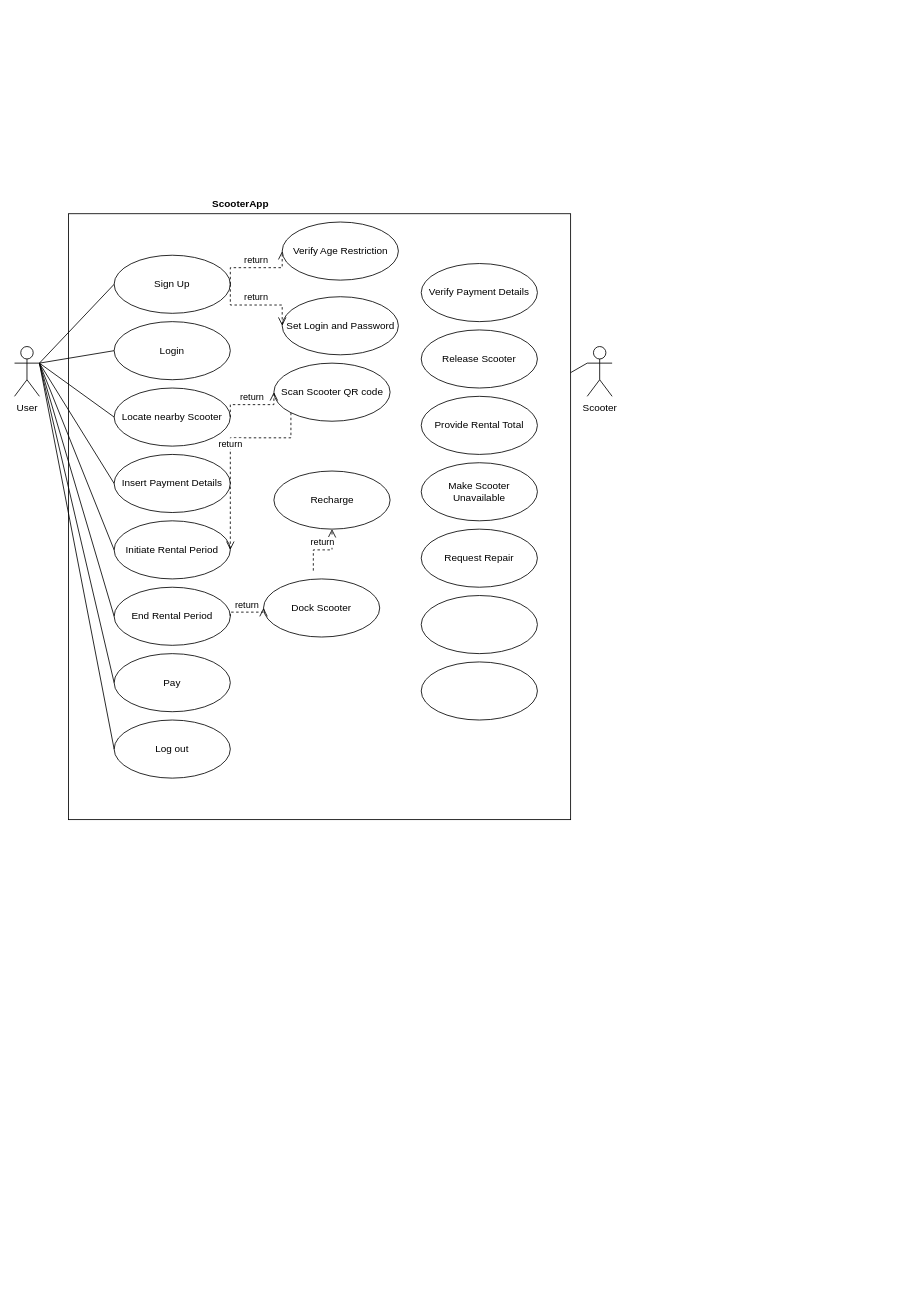
Before: Untitled Diagram.drawio in rodrigosollberger/scooter-project, a draw.io diagram. Source tidied: cells renumbered, new cells numbered last; positions are measured from the earlier drawing's top-left corner, leaving out a move shared by most shapes. Both pictures are drawn from the tidied source at 83%, with x=0, y=0 at pixel (14, 192).
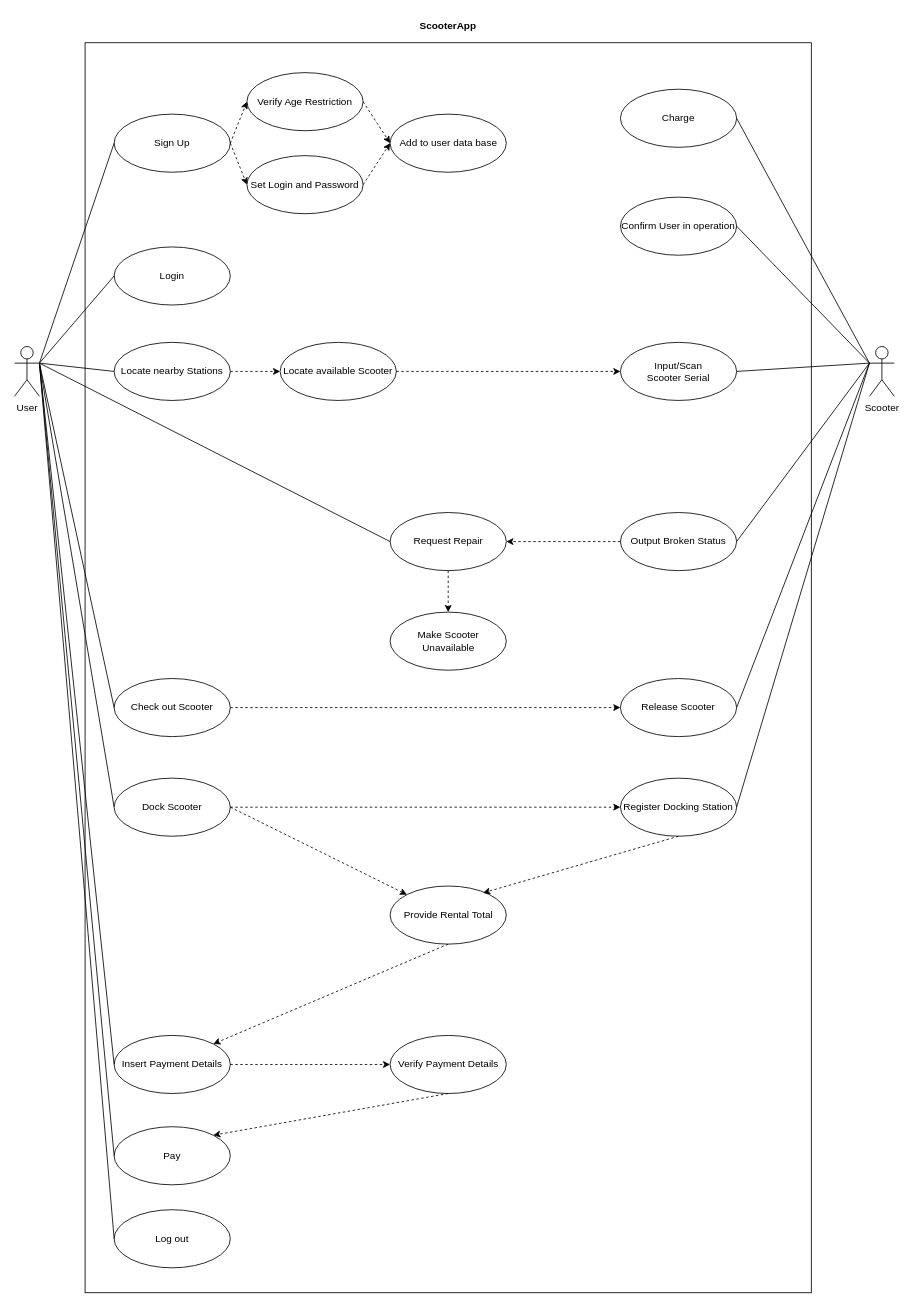
The same page after the edit.

What changed in the source:
```diff
@@
     <mxCell id="3" value="Scooter" style="shape=umlActor;verticalLabelPosition=bottom;verticalAlign=top;html=1;" parent="1" vertex="1">
-      <mxGeometry x="690" y="186" width="30" height="60" as="geometry" />
+      <mxGeometry x="1030" y="186" width="30" height="60" as="geometry" />
     </mxCell>
     <mxCell id="4" style="whiteSpace=wrap;html=1;verticalAlign=top;" parent="1" vertex="1">
-      <mxGeometry x="65" y="26" width="605" height="730" as="geometry" />
+      <mxGeometry x="85" y="-180" width="875" height="1506" as="geometry" />
     </mxCell>
     <mxCell id="5" value="ScooterApp" style="text;align=center;fontStyle=1;verticalAlign=middle;spacingLeft=3;spacingRight=3;strokeColor=none;" parent="1" vertex="1">
-      <mxGeometry x="232.5" width="80" height="26" as="geometry" />
+      <mxGeometry x="482.5" y="-214" width="80" height="26" as="geometry" />
     </mxCell>
     <mxCell id="6" value="Sign Up" style="ellipse;whiteSpace=wrap;html=1;" parent="1" vertex="1">
-      <mxGeometry x="120" y="76" width="140" height="70" as="geometry" />
+      <mxGeometry x="120" y="-94" width="140" height="70" as="geometry" />
     </mxCell>
     <mxCell id="7" value="Login" style="ellipse;whiteSpace=wrap;html=1;" parent="1" vertex="1">
-      <mxGeometry x="120" y="156" width="140" height="70" as="geometry" />
+      <mxGeometry x="120" y="66" width="140" height="70" as="geometry" />
     </mxCell>
     <mxCell id="8" value="Insert Payment Details" style="ellipse;whiteSpace=wrap;html=1;" parent="1" vertex="1">
-      <mxGeometry x="120" y="316" width="140" height="70" as="geometry" />
+      <mxGeometry x="120" y="1016" width="140" height="70" as="geometry" />
     </mxCell>
-    <mxCell id="9" value="Locate nearby Scooter" style="ellipse;whiteSpace=wrap;html=1;" parent="1" vertex="1">
-      <mxGeometry x="120" y="236" width="140" height="70" as="geometry" />
+    <mxCell id="9" value="Locate nearby Stations" style="ellipse;whiteSpace=wrap;html=1;" parent="1" vertex="1">
+      <mxGeometry x="120" y="181" width="140" height="70" as="geometry" />
     </mxCell>
-    <mxCell id="10" value="Scan Scooter QR code" style="ellipse;whiteSpace=wrap;html=1;" parent="1" vertex="1">
-      <mxGeometry x="312.5" y="206" width="140" height="70" as="geometry" />
+    <mxCell id="10" value="Locate available Scooter" style="ellipse;whiteSpace=wrap;html=1;" parent="1" vertex="1">
+      <mxGeometry x="320" y="181" width="140" height="70" as="geometry" />
     </mxCell>
     <mxCell id="11" value="Pay" style="ellipse;whiteSpace=wrap;html=1;" parent="1" vertex="1">
-      <mxGeometry x="120" y="556" width="140" height="70" as="geometry" />
+      <mxGeometry x="120" y="1126" width="140" height="70" as="geometry" />
     </mxCell>
-    <mxCell id="12" value="End Rental Period" style="ellipse;whiteSpace=wrap;html=1;" parent="1" vertex="1">
-      <mxGeometry x="120" y="476" width="140" height="70" as="geometry" />
-    </mxCell>
-    <mxCell id="13" value="Initiate Rental Period" style="ellipse;whiteSpace=wrap;html=1;" parent="1" vertex="1">
-      <mxGeometry x="120" y="396" width="140" height="70" as="geometry" />
+    <mxCell id="13" value="Check out Scooter" style="ellipse;whiteSpace=wrap;html=1;" parent="1" vertex="1">
+      <mxGeometry x="120" y="586" width="140" height="70" as="geometry" />
     </mxCell>
-    <mxCell id="14" value="return" style="html=1;verticalAlign=bottom;endArrow=open;dashed=1;endSize=8;edgeStyle=elbowEdgeStyle;elbow=vertical;curved=0;rounded=0;exitX=1;exitY=0.5;exitDx=0;exitDy=0;entryX=0;entryY=0.5;entryDx=0;entryDy=0;" parent="1" edge="1" source="6" target="34">
-      <mxGeometry relative="1" as="geometry" />
-    </mxCell>
@@
-    <mxCell id="20" style="endArrow=none;html=1;rounded=0;entryX=0;entryY=0.5;entryDx=0;entryDy=0;" parent="1" edge="1" target="12">
+    <mxCell id="20" style="endArrow=none;html=1;rounded=0;entryX=0;entryY=0.5;entryDx=0;entryDy=0;" parent="1" edge="1" target="30">
       <mxGeometry relative="1" as="geometry">
         <mxPoint x="30" y="206" as="sourcePoint" />
       </mxGeometry>
     </mxCell>
@@
-    <mxCell id="22" style="endArrow=none;html=1;rounded=0;entryX=0;entryY=0.3333333333333333;entryDx=0;entryDy=0;entryPerimeter=0;" parent="1" edge="1" source="4" target="3">
+    <mxCell id="22" style="endArrow=none;html=1;rounded=0;entryX=0;entryY=0.3333333333333333;entryDx=0;entryDy=0;entryPerimeter=0;exitX=1;exitY=0.5;exitDx=0;exitDy=0;" parent="1" edge="1" source="42" target="3">
       <mxGeometry relative="1" as="geometry" />
     </mxCell>
     <mxCell id="23" value="Verify Payment Details" style="ellipse;whiteSpace=wrap;html=1;" parent="1" vertex="1">
-      <mxGeometry x="490" y="86" width="140" height="70" as="geometry" />
+      <mxGeometry x="452.5" y="1016" width="140" height="70" as="geometry" />
     </mxCell>
     <mxCell id="24" value="Release Scooter" style="ellipse;whiteSpace=wrap;html=1;" parent="1" vertex="1">
-      <mxGeometry x="490" y="166" width="140" height="70" as="geometry" />
+      <mxGeometry x="730" y="586" width="140" height="70" as="geometry" />
     </mxCell>
     <mxCell id="25" value="Make Scooter Unavailable" style="ellipse;whiteSpace=wrap;html=1;" parent="1" vertex="1">
-      <mxGeometry x="490" y="326" width="140" height="70" as="geometry" />
+      <mxGeometry x="452.5" y="506" width="140" height="70" as="geometry" />
     </mxCell>
     <mxCell id="26" value="Provide Rental Total" style="ellipse;whiteSpace=wrap;html=1;" parent="1" vertex="1">
-      <mxGeometry x="490" y="246" width="140" height="70" as="geometry" />
+      <mxGeometry x="452.5" y="836" width="140" height="70" as="geometry" />
     </mxCell>
     <mxCell id="27" value="Request Repair" style="ellipse;whiteSpace=wrap;html=1;" parent="1" vertex="1">
-      <mxGeometry x="490" y="406" width="140" height="70" as="geometry" />
+      <mxGeometry x="452.5" y="386" width="140" height="70" as="geometry" />
     </mxCell>
-    <mxCell id="28" style="ellipse;whiteSpace=wrap;html=1;" parent="1" vertex="1">
-      <mxGeometry x="490" y="566" width="140" height="70" as="geometry" />
-    </mxCell>
-    <mxCell id="29" style="ellipse;whiteSpace=wrap;html=1;" parent="1" vertex="1">
-      <mxGeometry x="490" y="486" width="140" height="70" as="geometry" />
+    <mxCell id="29" value="Output Broken Status" style="ellipse;whiteSpace=wrap;html=1;" parent="1" vertex="1">
+      <mxGeometry x="730" y="386" width="140" height="70" as="geometry" />
     </mxCell>
     <mxCell id="30" value="Dock Scooter" style="ellipse;whiteSpace=wrap;html=1;" parent="1" vertex="1">
-      <mxGeometry x="300" y="466" width="140" height="70" as="geometry" />
+      <mxGeometry x="120" y="706" width="140" height="70" as="geometry" />
     </mxCell>
-    <mxCell id="31" value="return" style="html=1;verticalAlign=bottom;endArrow=open;dashed=1;endSize=8;edgeStyle=elbowEdgeStyle;elbow=vertical;curved=0;rounded=0;exitX=1;exitY=0.5;exitDx=0;exitDy=0;entryX=0;entryY=0.5;entryDx=0;entryDy=0;" parent="1" edge="1" source="12" target="30">
-      <mxGeometry relative="1" as="geometry" />
-    </mxCell>
-    <mxCell id="32" value="Recharge" style="ellipse;whiteSpace=wrap;html=1;" parent="1" vertex="1">
-      <mxGeometry x="312.5" y="336" width="140" height="70" as="geometry" />
+    <mxCell id="32" value="Charge" style="ellipse;whiteSpace=wrap;html=1;" parent="1" vertex="1">
+      <mxGeometry x="730" y="-124" width="140" height="70" as="geometry" />
     </mxCell>
-    <mxCell id="33" value="return" style="html=1;verticalAlign=bottom;endArrow=open;dashed=1;endSize=8;edgeStyle=elbowEdgeStyle;elbow=vertical;curved=0;rounded=0;entryX=0.5;entryY=1;entryDx=0;entryDy=0;" parent="1" edge="1" target="32">
-      <mxGeometry relative="1" as="geometry">
-        <mxPoint x="360" y="456" as="sourcePoint" />
-      </mxGeometry>
-    </mxCell>
     <mxCell id="34" value="Verify Age Restriction" style="ellipse;whiteSpace=wrap;html=1;" parent="1" vertex="1">
-      <mxGeometry x="322.5" y="36" width="140" height="70" as="geometry" />
+      <mxGeometry x="280" y="-144" width="140" height="70" as="geometry" />
     </mxCell>
     <mxCell id="35" value="Set Login and Password" style="ellipse;whiteSpace=wrap;html=1;" parent="1" vertex="1">
-      <mxGeometry x="322.5" y="126" width="140" height="70" as="geometry" />
+      <mxGeometry x="280" y="-44" width="140" height="70" as="geometry" />
     </mxCell>
-    <mxCell id="36" value="return" style="html=1;verticalAlign=bottom;endArrow=open;dashed=1;endSize=8;edgeStyle=elbowEdgeStyle;elbow=vertical;curved=0;rounded=0;exitX=1;exitY=0.5;exitDx=0;exitDy=0;entryX=0;entryY=0.5;entryDx=0;entryDy=0;" parent="1" edge="1" source="6" target="35">
-      <mxGeometry relative="1" as="geometry" />
-    </mxCell>
-    <mxCell id="37" value="return" style="html=1;verticalAlign=bottom;endArrow=open;dashed=1;endSize=8;edgeStyle=elbowEdgeStyle;elbow=vertical;curved=0;rounded=0;exitX=1;exitY=0.5;exitDx=0;exitDy=0;entryX=0;entryY=0.5;entryDx=0;entryDy=0;" parent="1" edge="1" source="9" target="10">
-      <mxGeometry relative="1" as="geometry" />
-    </mxCell>
-    <mxCell id="38" value="return" style="html=1;verticalAlign=bottom;endArrow=open;dashed=1;endSize=8;edgeStyle=elbowEdgeStyle;elbow=vertical;curved=0;rounded=0;entryX=1;entryY=0.5;entryDx=0;entryDy=0;exitX=0;exitY=1;exitDx=0;exitDy=0;" parent="1" edge="1" source="10" target="13">
-      <mxGeometry relative="1" as="geometry">
-        <Array as="points">
-          <mxPoint x="300" y="296" />
-        </Array>
-      </mxGeometry>
-    </mxCell>
     <mxCell id="39" value="Log out" style="ellipse;whiteSpace=wrap;html=1;" parent="1" vertex="1">
-      <mxGeometry x="120" y="636" width="140" height="70" as="geometry" />
+      <mxGeometry x="120" y="1226" width="140" height="70" as="geometry" />
     </mxCell>
@@
+    <mxCell id="41" value="Add to user data base" style="ellipse;whiteSpace=wrap;html=1;" parent="1" vertex="1">
+      <mxGeometry x="452.5" y="-94" width="140" height="70" as="geometry" />
+    </mxCell>
+    <mxCell id="42" value="Input/Scan &lt;br&gt;Scooter Serial" style="ellipse;whiteSpace=wrap;html=1;" parent="1" vertex="1">
+      <mxGeometry x="730" y="181" width="140" height="70" as="geometry" />
+    </mxCell>
+    <mxCell id="43" style="endArrow=none;html=1;rounded=0;entryX=0;entryY=0.3333333333333333;entryDx=0;entryDy=0;entryPerimeter=0;exitX=1;exitY=0.5;exitDx=0;exitDy=0;" parent="1" edge="1" source="24" target="3">
+      <mxGeometry relative="1" as="geometry" />
+    </mxCell>
+    <mxCell id="44" style="endArrow=none;html=1;rounded=0;exitX=1;exitY=0.5;exitDx=0;exitDy=0;entryX=0;entryY=0.3333333333333333;entryDx=0;entryDy=0;entryPerimeter=0;" parent="1" edge="1" source="29" target="3">
+      <mxGeometry relative="1" as="geometry" />
+    </mxCell>
+    <mxCell id="45" value="Register Docking Station" style="ellipse;whiteSpace=wrap;html=1;" parent="1" vertex="1">
+      <mxGeometry x="730" y="706" width="140" height="70" as="geometry" />
+    </mxCell>
+    <mxCell id="46" style="endArrow=none;html=1;rounded=0;entryX=0;entryY=0.3333333333333333;entryDx=0;entryDy=0;entryPerimeter=0;exitX=1;exitY=0.5;exitDx=0;exitDy=0;" parent="1" edge="1" source="45" target="3">
+      <mxGeometry relative="1" as="geometry" />
+    </mxCell>
+    <mxCell id="47" value="Confirm User in operation" style="ellipse;whiteSpace=wrap;html=1;" parent="1" vertex="1">
+      <mxGeometry x="730" y="6" width="140" height="70" as="geometry" />
+    </mxCell>
+    <mxCell id="48" style="endArrow=none;html=1;rounded=0;entryX=0;entryY=0.3333333333333333;entryDx=0;entryDy=0;entryPerimeter=0;exitX=1;exitY=0.5;exitDx=0;exitDy=0;" parent="1" edge="1" source="47" target="3">
+      <mxGeometry relative="1" as="geometry" />
+    </mxCell>
+    <mxCell id="49" style="endArrow=none;html=1;rounded=0;entryX=0;entryY=0.5;entryDx=0;entryDy=0;" parent="1" edge="1" target="27">
+      <mxGeometry relative="1" as="geometry">
+        <mxPoint x="30" y="206" as="sourcePoint" />
+      </mxGeometry>
+    </mxCell>
+    <mxCell id="50" style="endArrow=none;html=1;rounded=0;exitX=1;exitY=0.5;exitDx=0;exitDy=0;entryX=0;entryY=0.3333333333333333;entryDx=0;entryDy=0;entryPerimeter=0;" parent="1" edge="1" source="32" target="3">
+      <mxGeometry relative="1" as="geometry" />
+    </mxCell>
+    <mxCell id="51" style="endArrow=classic;html=1;rounded=0;exitX=1;exitY=0.5;exitDx=0;exitDy=0;entryX=0;entryY=0.5;entryDx=0;entryDy=0;dashed=1;" parent="1" edge="1" source="30" target="45">
+      <mxGeometry relative="1" as="geometry" />
+    </mxCell>
+    <mxCell id="52" style="endArrow=classic;html=1;rounded=0;exitX=1;exitY=0.5;exitDx=0;exitDy=0;entryX=0;entryY=0.5;entryDx=0;entryDy=0;dashed=1;" parent="1" edge="1" source="13" target="24">
+      <mxGeometry relative="1" as="geometry" />
+    </mxCell>
+    <mxCell id="53" style="endArrow=classic;html=1;rounded=0;exitX=1;exitY=0.5;exitDx=0;exitDy=0;entryX=0;entryY=0.5;entryDx=0;entryDy=0;dashed=1;" parent="1" edge="1" source="34" target="41">
+      <mxGeometry relative="1" as="geometry" />
+    </mxCell>
+    <mxCell id="14" style="endArrow=classic;html=1;rounded=0;entryX=0;entryY=0.5;entryDx=0;entryDy=0;dashed=1;exitX=1;exitY=0.5;exitDx=0;exitDy=0;" parent="1" edge="1" source="6" target="34">
+      <mxGeometry relative="1" as="geometry" />
+    </mxCell>
+    <mxCell id="36" style="endArrow=classic;html=1;rounded=0;entryX=0;entryY=0.5;entryDx=0;entryDy=0;dashed=1;exitX=1;exitY=0.5;exitDx=0;exitDy=0;" parent="1" edge="1" source="6" target="35">
+      <mxGeometry relative="1" as="geometry" />
+    </mxCell>
+    <mxCell id="54" style="endArrow=classic;html=1;rounded=0;entryX=0;entryY=0.5;entryDx=0;entryDy=0;dashed=1;exitX=1;exitY=0.5;exitDx=0;exitDy=0;" parent="1" edge="1" source="35" target="41">
+      <mxGeometry relative="1" as="geometry" />
+    </mxCell>
+    <mxCell id="55" style="endArrow=classic;html=1;rounded=0;entryX=0;entryY=0.5;entryDx=0;entryDy=0;dashed=1;exitX=1;exitY=0.5;exitDx=0;exitDy=0;" parent="1" edge="1" source="10" target="42">
+      <mxGeometry relative="1" as="geometry" />
+    </mxCell>
+    <mxCell id="37" style="endArrow=classic;html=1;rounded=0;dashed=1;exitX=1;exitY=0.5;exitDx=0;exitDy=0;" parent="1" edge="1" source="9" target="10">
+      <mxGeometry relative="1" as="geometry" />
+    </mxCell>
+    <mxCell id="56" style="endArrow=classic;html=1;rounded=0;exitX=0;exitY=0.5;exitDx=0;exitDy=0;entryX=1;entryY=0.5;entryDx=0;entryDy=0;dashed=1;" parent="1" edge="1" source="29" target="27">
+      <mxGeometry relative="1" as="geometry" />
+    </mxCell>
+    <mxCell id="57" style="endArrow=classic;html=1;rounded=0;exitX=0.5;exitY=1;exitDx=0;exitDy=0;entryX=0.5;entryY=0;entryDx=0;entryDy=0;dashed=1;" parent="1" edge="1" source="27" target="25">
+      <mxGeometry relative="1" as="geometry" />
+    </mxCell>
+    <mxCell id="58" style="endArrow=classic;html=1;rounded=0;exitX=1;exitY=0.5;exitDx=0;exitDy=0;dashed=1;" parent="1" edge="1" source="30" target="26">
+      <mxGeometry relative="1" as="geometry" />
+    </mxCell>
+    <mxCell id="59" style="endArrow=classic;html=1;rounded=0;exitX=0.5;exitY=1;exitDx=0;exitDy=0;dashed=1;entryX=0.8;entryY=0.118;entryDx=0;entryDy=0;entryPerimeter=0;" parent="1" edge="1" source="45" target="26">
+      <mxGeometry relative="1" as="geometry" />
+    </mxCell>
+    <mxCell id="60" style="endArrow=classic;html=1;rounded=0;exitX=1;exitY=0.5;exitDx=0;exitDy=0;dashed=1;entryX=0;entryY=0.5;entryDx=0;entryDy=0;" parent="1" edge="1" source="8" target="23">
+      <mxGeometry relative="1" as="geometry" />
+    </mxCell>
+    <mxCell id="61" style="endArrow=classic;html=1;rounded=0;exitX=0.5;exitY=1;exitDx=0;exitDy=0;dashed=1;entryX=1;entryY=0;entryDx=0;entryDy=0;" parent="1" edge="1" source="26" target="8">
+      <mxGeometry relative="1" as="geometry" />
+    </mxCell>
+    <mxCell id="62" style="endArrow=classic;html=1;rounded=0;exitX=0.5;exitY=1;exitDx=0;exitDy=0;dashed=1;entryX=1;entryY=0;entryDx=0;entryDy=0;" parent="1" edge="1" source="23" target="11">
+      <mxGeometry relative="1" as="geometry" />
+    </mxCell>
```
